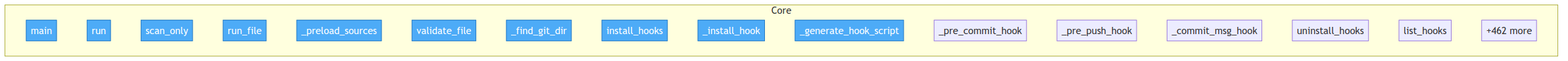
The Mermaid diagram project/flow.png in semcod/refactoring, before a commit. Its source is kept beside it as project/flow.mmd.
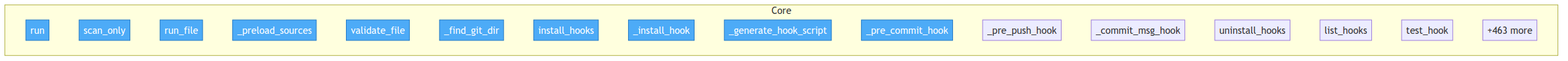
Above is the later version.

Diff of the diagram source:
```diff
@@ -3,7 +3,6 @@
     classDef entry fill:#4dabf7,stroke:#1971c2,color:#fff
 
     subgraph Core
-        benchmark_ram_optimization__main["main"]
         src__prefact__engine__RefactoringEngine__run["run"]
         src__prefact__engine__RefactoringEngine__scan_only["scan_only"]
         src__prefact__engine__RefactoringEngine__run_file["run_file"]
@@ -18,7 +17,8 @@
         src__prefact__git_hooks__GitHooks___commit_msg_hook["_commit_msg_hook"]
         src__prefact__git_hooks__GitHooks__uninstall_hooks["uninstall_hooks"]
         src__prefact__git_hooks__GitHooks__list_hooks["list_hooks"]
-        ...["+462 more"]
+        src__prefact__git_hooks__GitHooks__test_hook["test_hook"]
+        ...["+463 more"]
     end
 
-    class benchmark_ram_optimization__main,src__prefact__engine__RefactoringEngine__run,src__prefact__engine__RefactoringEngine__scan_only,src__prefact__engine__RefactoringEngine__run_file,src__prefact__engine__RefactoringEngine___preload_sources,src__prefact__validator__Validator__validate_file,src__prefact__git_hooks__GitHooks___find_git_dir,src__prefact__git_hooks__GitHooks__install_hooks,src__prefact__git_hooks__GitHooks___install_hook,src__prefact__git_hooks__GitHooks___generate_hook_script entry
+    class src__prefact__engine__RefactoringEngine__run,src__prefact__engine__RefactoringEngine__scan_only,src__prefact__engine__RefactoringEngine__run_file,src__prefact__engine__RefactoringEngine___preload_sources,src__prefact__validator__Validator__validate_file,src__prefact__git_hooks__GitHooks___find_git_dir,src__prefact__git_hooks__GitHooks__install_hooks,src__prefact__git_hooks__GitHooks___install_hook,src__prefact__git_hooks__GitHooks___generate_hook_script,src__prefact__git_hooks__GitHooks___pre_commit_hook entry
```
